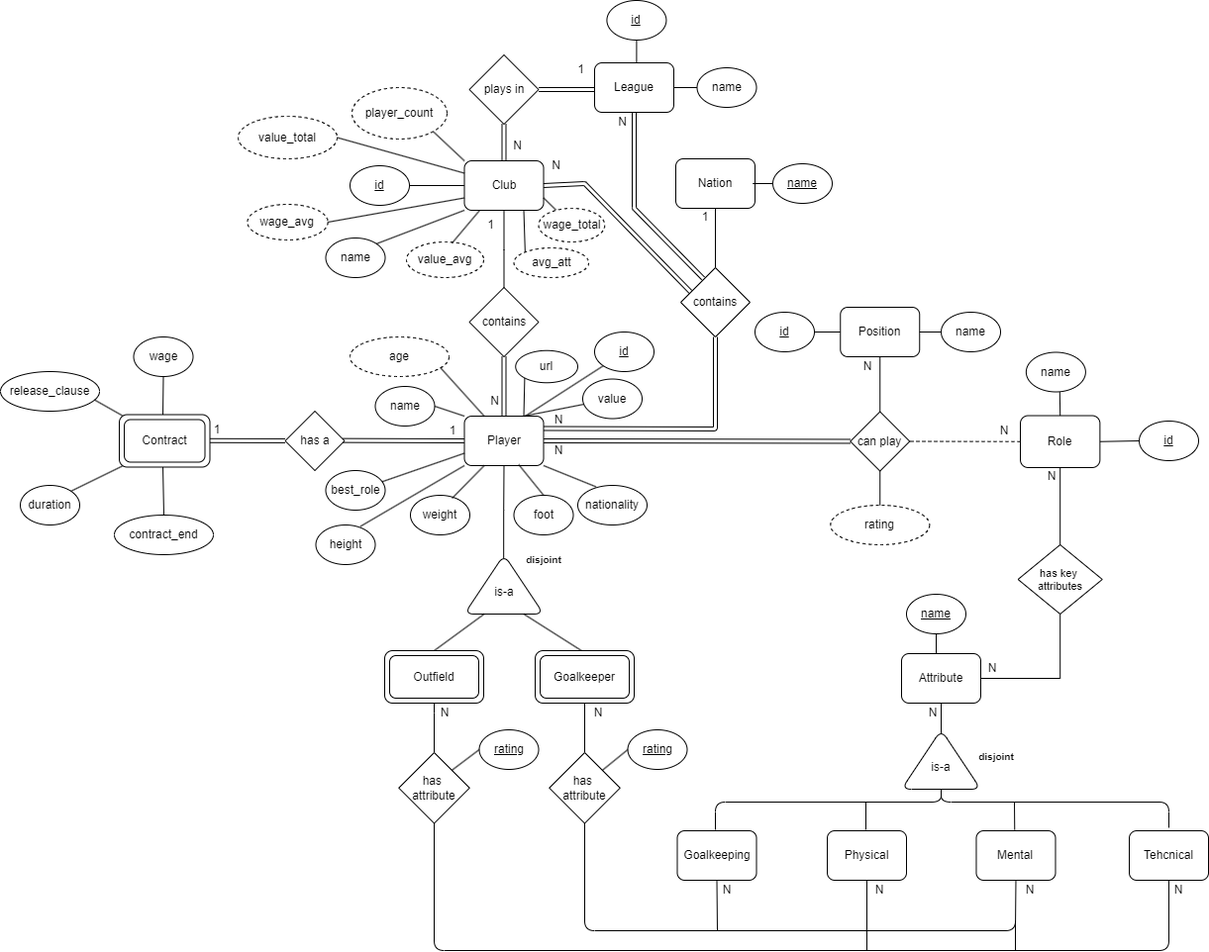
Earlier version of the draw.io export APFT_113920_113968/der.png (roldao04/BD). Source tidied: cells renumbered, new cells last; positions are measured from the earlier drawing's top-left corner, leaving out a move shared by most shapes.
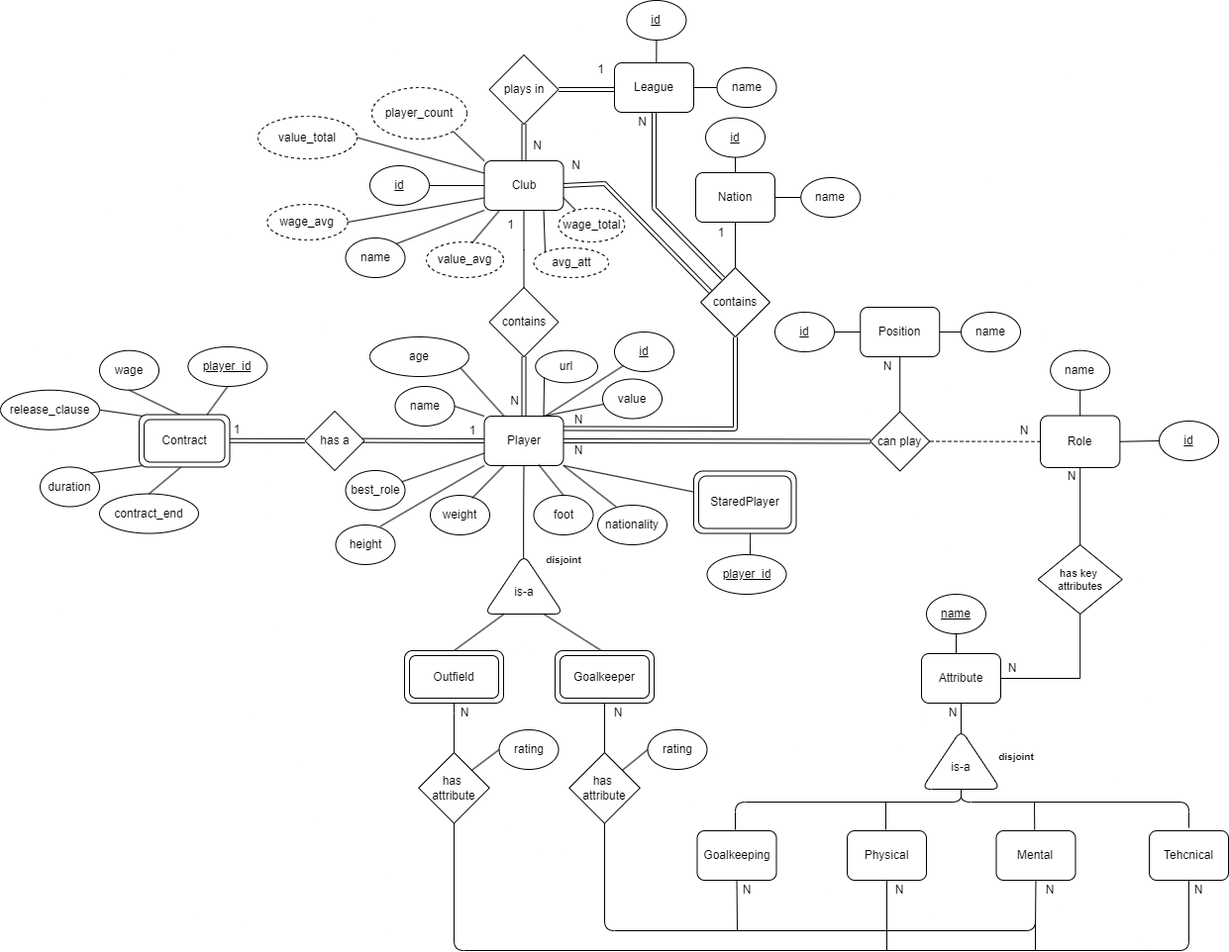
Later version of the same file.

The edit, as a diff of the source:
```diff
@@ -23,7 +23,7 @@
       <mxGeometry x="414" y="500" width="60" height="40" as="geometry" />
     </mxCell>
     <mxCell id="8" value="nationality" style="ellipse;whiteSpace=wrap;html=1;" parent="1" vertex="1">
-      <mxGeometry x="583" y="490" width="70" height="40" as="geometry" />
+      <mxGeometry x="583" y="510" width="70" height="40" as="geometry" />
     </mxCell>
     <mxCell id="9" style="endArrow=none;html=1;rounded=0;entryX=0;entryY=1;entryDx=0;entryDy=0;exitX=0.751;exitY=0.035;exitDx=0;exitDy=0;exitPerimeter=0;" parent="1" edge="1" source="6" target="2">
       <mxGeometry relative="1" as="geometry" />
@@ -109,28 +109,28 @@
       <mxGeometry x="1150" y="425" width="60" height="40" as="geometry" />
     </mxCell>
     <mxCell id="34" value="name" style="ellipse;whiteSpace=wrap;html=1;" parent="1" vertex="1">
-      <mxGeometry x="1035.9" y="355.5" width="60" height="40" as="geometry" />
+      <mxGeometry x="1040.2" y="353.7" width="60" height="40" as="geometry" />
     </mxCell>
     <mxCell id="35" style="endArrow=none;html=1;rounded=0;entryX=1;entryY=0.5;entryDx=0;entryDy=0;" parent="1" edge="1" source="33" target="37">
       <mxGeometry relative="1" as="geometry" />
     </mxCell>
-    <mxCell id="36" style="endArrow=none;html=1;rounded=0;exitX=0.566;exitY=1.005;exitDx=0;exitDy=0;entryX=0.5;entryY=0;entryDx=0;entryDy=0;exitPerimeter=0;" parent="1" edge="1" source="34" target="37">
+    <mxCell id="36" style="endArrow=none;html=1;rounded=0;entryX=0.5;entryY=0;entryDx=0;entryDy=0;exitX=0.5;exitY=1;exitDx=0;exitDy=0;" parent="1" edge="1" source="34" target="37">
       <mxGeometry relative="1" as="geometry" />
     </mxCell>
     <mxCell id="37" value="Role" style="rounded=1;whiteSpace=wrap;html=1;" parent="1" vertex="1">
       <mxGeometry x="1030" y="419.5" width="80.4" height="52.5" as="geometry" />
     </mxCell>
     <mxCell id="38" value="wage" style="ellipse;whiteSpace=wrap;html=1;" parent="1" vertex="1">
-      <mxGeometry x="134.5" y="340" width="60" height="40" as="geometry" />
+      <mxGeometry x="80" y="353.7" width="60" height="40" as="geometry" />
     </mxCell>
     <mxCell id="39" value="duration" style="ellipse;whiteSpace=wrap;html=1;" parent="1" vertex="1">
-      <mxGeometry x="20" y="490" width="60" height="40" as="geometry" />
+      <mxGeometry x="20" y="471.5" width="60" height="40" as="geometry" />
     </mxCell>
     <mxCell id="40" value="release_clause" style="ellipse;whiteSpace=wrap;html=1;" parent="1" vertex="1">
-      <mxGeometry y="375" width="100" height="40" as="geometry" />
+      <mxGeometry x="-20" y="393.7" width="100" height="40" as="geometry" />
     </mxCell>
     <mxCell id="41" value="contract_end" style="ellipse;whiteSpace=wrap;html=1;" parent="1" vertex="1">
-      <mxGeometry x="115" y="520" width="100" height="40" as="geometry" />
+      <mxGeometry x="80" y="498.5" width="100" height="40" as="geometry" />
     </mxCell>
     <mxCell id="42" value="value" style="ellipse;whiteSpace=wrap;html=1;" parent="1" vertex="1">
       <mxGeometry x="588" y="382.5" width="60" height="40" as="geometry" />
@@ -145,7 +145,7 @@
         <mxPoint x="124" y="470" as="targetPoint" />
       </mxGeometry>
     </mxCell>
-    <mxCell id="45" style="endArrow=none;html=1;rounded=0;entryX=0;entryY=0;entryDx=0;entryDy=0;exitX=0.95;exitY=0.715;exitDx=0;exitDy=0;exitPerimeter=0;" parent="1" edge="1" source="40">
+    <mxCell id="45" style="endArrow=none;html=1;rounded=0;entryX=0;entryY=0;entryDx=0;entryDy=0;exitX=1;exitY=0.5;exitDx=0;exitDy=0;" parent="1" edge="1" source="40">
       <mxGeometry relative="1" as="geometry">
         <mxPoint x="124" y="420" as="targetPoint" />
       </mxGeometry>
@@ -176,7 +176,7 @@
       <mxGeometry relative="1" as="geometry" />
     </mxCell>
     <mxCell id="53" value="Nation" style="rounded=1;whiteSpace=wrap;html=1;" parent="1" vertex="1">
-      <mxGeometry x="682" y="160" width="80" height="50" as="geometry" />
+      <mxGeometry x="682" y="174" width="80" height="50" as="geometry" />
     </mxCell>
     <mxCell id="54" value="contains" style="rhombus;whiteSpace=wrap;html=1;" parent="1" vertex="1">
       <mxGeometry x="687" y="270" width="70" height="70" as="geometry" />
@@ -197,8 +197,8 @@
     <mxCell id="58" style="edgeStyle=orthogonalEdgeStyle;rounded=0;jettySize=auto;html=1;entryX=1;entryY=0.5;entryDx=0;entryDy=0;endArrow=none;endFill=0;" parent="1" edge="1" source="59" target="53">
       <mxGeometry relative="1" as="geometry" />
     </mxCell>
-    <mxCell id="59" value="&lt;u&gt;name&lt;/u&gt;" style="ellipse;whiteSpace=wrap;html=1;" parent="1" vertex="1">
-      <mxGeometry x="780" y="165" width="60" height="40" as="geometry" />
+    <mxCell id="59" value="name" style="ellipse;whiteSpace=wrap;html=1;" parent="1" vertex="1">
+      <mxGeometry x="788.2" y="179" width="60" height="40" as="geometry" />
     </mxCell>
     <mxCell id="60" value="plays in" style="rhombus;whiteSpace=wrap;html=1;" parent="1" vertex="1">
       <mxGeometry x="473.5" y="55" width="70" height="70" as="geometry" />
@@ -231,15 +231,9 @@
     <mxCell id="67" value="Outfield" style="shape=ext;margin=3;double=1;whiteSpace=wrap;html=1;align=center;rounded=1;" parent="1" vertex="1">
       <mxGeometry x="388" y="657" width="100" height="53" as="geometry" />
     </mxCell>
-    <mxCell id="68" value="rating" style="ellipse;whiteSpace=wrap;html=1;align=center;dashed=1;" parent="1" vertex="1">
-      <mxGeometry x="838.2" y="510" width="100" height="40" as="geometry" />
-    </mxCell>
-    <mxCell id="69" value="age" style="ellipse;whiteSpace=wrap;html=1;align=center;dashed=1;" parent="1" vertex="1">
+    <mxCell id="69" value="age" style="ellipse;whiteSpace=wrap;html=1;align=center;" parent="1" vertex="1">
       <mxGeometry x="353" y="340" width="100" height="40" as="geometry" />
     </mxCell>
-    <mxCell id="70" style="endArrow=none;html=1;rounded=0;exitX=0.5;exitY=1;exitDx=0;exitDy=0;entryX=0.5;entryY=0;entryDx=0;entryDy=0;" parent="1" edge="1" source="84" target="68">
-      <mxGeometry relative="1" as="geometry" />
-    </mxCell>
     <mxCell id="71" value="Goalkeeper" style="shape=ext;margin=3;double=1;whiteSpace=wrap;html=1;align=center;rounded=1;" parent="1" vertex="1">
       <mxGeometry x="540" y="657" width="100" height="53" as="geometry" />
     </mxCell>
@@ -304,7 +298,7 @@
       <mxGeometry x="560" y="418.5" width="7.6" height="10" as="geometry" />
     </mxCell>
     <mxCell id="88" value="1" style="text;html=1;align=center;verticalAlign=middle;whiteSpace=wrap;rounded=0;" parent="1" vertex="1">
-      <mxGeometry x="707.5" y="214" width="7.6" height="10" as="geometry" />
+      <mxGeometry x="703.5" y="230" width="7.6" height="10" as="geometry" />
     </mxCell>
     <mxCell id="89" value="N" style="text;html=1;align=center;verticalAlign=middle;whiteSpace=wrap;rounded=0;" parent="1" vertex="1">
       <mxGeometry x="560" y="450" width="7.6" height="10" as="geometry" />
@@ -402,7 +396,7 @@
     <mxCell id="114" value="has&amp;nbsp;&lt;div&gt;attribute&lt;/div&gt;" style="rhombus;whiteSpace=wrap;html=1;" parent="1" vertex="1">
       <mxGeometry x="554.2" y="760" width="71.5" height="71.5" as="geometry" />
     </mxCell>
-    <mxCell id="115" value="&lt;u&gt;rating&lt;/u&gt;" style="ellipse;whiteSpace=wrap;html=1;" parent="1" vertex="1">
+    <mxCell id="115" value="rating" style="ellipse;whiteSpace=wrap;html=1;" parent="1" vertex="1">
       <mxGeometry x="633.5" y="737" width="60" height="40" as="geometry" />
     </mxCell>
     <mxCell id="116" style="endArrow=none;html=1;rounded=0;exitX=0;exitY=0.5;exitDx=0;exitDy=0;entryX=1;entryY=0;entryDx=0;entryDy=0;" parent="1" edge="1" source="115" target="114">
@@ -411,7 +405,7 @@
     <mxCell id="117" value="has&amp;nbsp;&lt;div&gt;attribute&lt;/div&gt;" style="rhombus;whiteSpace=wrap;html=1;" parent="1" vertex="1">
       <mxGeometry x="402.2" y="760" width="71.5" height="71.5" as="geometry" />
     </mxCell>
-    <mxCell id="118" value="&lt;u&gt;rating&lt;/u&gt;" style="ellipse;whiteSpace=wrap;html=1;" parent="1" vertex="1">
+    <mxCell id="118" value="rating" style="ellipse;whiteSpace=wrap;html=1;" parent="1" vertex="1">
       <mxGeometry x="483.5" y="737" width="60" height="40" as="geometry" />
     </mxCell>
     <mxCell id="119" style="endArrow=none;html=1;rounded=0;exitX=0;exitY=0.5;exitDx=0;exitDy=0;entryX=1;entryY=0;entryDx=0;entryDy=0;" parent="1" edge="1" source="118" target="117">
@@ -518,5 +512,34 @@
     <mxCell id="146" style="endArrow=none;html=1;rounded=0;exitX=0.75;exitY=0;exitDx=0;exitDy=0;entryX=0;entryY=1;entryDx=0;entryDy=0;" parent="1" edge="1" source="2" target="145">
       <mxGeometry relative="1" as="geometry" />
     </mxCell>
+    <mxCell id="147" value="&lt;u&gt;id&lt;/u&gt;" style="ellipse;whiteSpace=wrap;html=1;" parent="1" vertex="1">
+      <mxGeometry x="692" y="118.5" width="60" height="40" as="geometry" />
+    </mxCell>
+    <mxCell id="148" style="endArrow=none;html=1;rounded=0;exitX=0.5;exitY=0;exitDx=0;exitDy=0;entryX=0.5;entryY=1;entryDx=0;entryDy=0;" parent="1" edge="1" source="53" target="147">
+      <mxGeometry relative="1" as="geometry" />
+    </mxCell>
+    <mxCell id="149" style="endArrow=none;html=1;rounded=0;exitX=1;exitY=1;exitDx=0;exitDy=0;entryX=0;entryY=0.5;entryDx=0;entryDy=0;" parent="1" edge="1" source="2">
+      <mxGeometry relative="1" as="geometry">
+        <mxPoint x="682" y="497" as="targetPoint" />
+      </mxGeometry>
+    </mxCell>
+    <mxCell id="150" style="endArrow=none;html=1;rounded=0;" parent="1" edge="1">
+      <mxGeometry relative="1" as="geometry">
+        <mxPoint x="737" y="560" as="sourcePoint" />
+        <mxPoint x="737.3" y="520" as="targetPoint" />
+      </mxGeometry>
+    </mxCell>
+    <mxCell id="151" value="&lt;u&gt;player_id&lt;/u&gt;" style="ellipse;whiteSpace=wrap;html=1;" parent="1" vertex="1">
+      <mxGeometry x="693.5" y="560" width="80" height="40" as="geometry" />
+    </mxCell>
+    <mxCell id="152" value="StaredPlayer" style="shape=ext;margin=3;double=1;whiteSpace=wrap;html=1;align=center;rounded=1;" parent="1" vertex="1">
+      <mxGeometry x="680" y="475.5" width="103.5" height="63" as="geometry" />
+    </mxCell>
+    <mxCell id="153" value="&lt;u&gt;player_id&lt;/u&gt;" style="ellipse;whiteSpace=wrap;html=1;" parent="1" vertex="1">
+      <mxGeometry x="169.4" y="350" width="80" height="40" as="geometry" />
+    </mxCell>
+    <mxCell id="154" style="endArrow=none;html=1;rounded=0;exitX=0.75;exitY=0;exitDx=0;exitDy=0;entryX=0.5;entryY=1;entryDx=0;entryDy=0;" parent="1" edge="1" source="72" target="153">
+      <mxGeometry relative="1" as="geometry" />
+    </mxCell>
   </root>
 </mxGraphModel>
```
